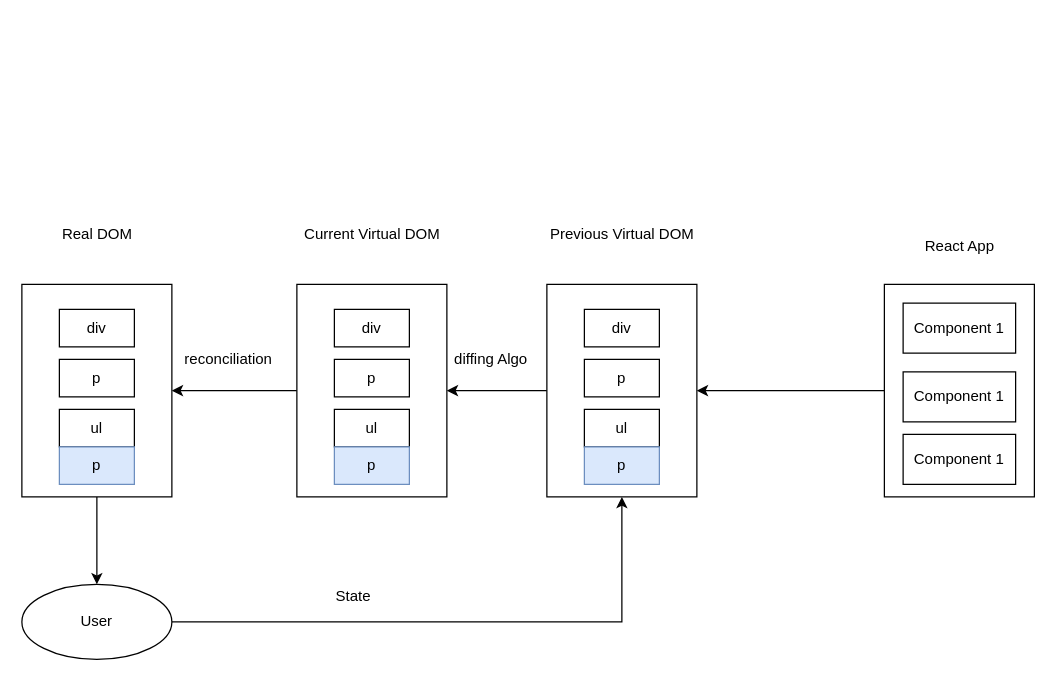
Before: page "Page-3" (3 of 10) of diagrams.drawio in synergy2411/brillio-react-apr22, a draw.io diagram. Source tidied: cells renumbered, new cells numbered last; positions are measured from the earlier drawing's top-left corner, leaving out a move shared by most shapes. Both pictures are drawn from the tidied source at 125%, with x=0, y=0 at pixel (21, 221).
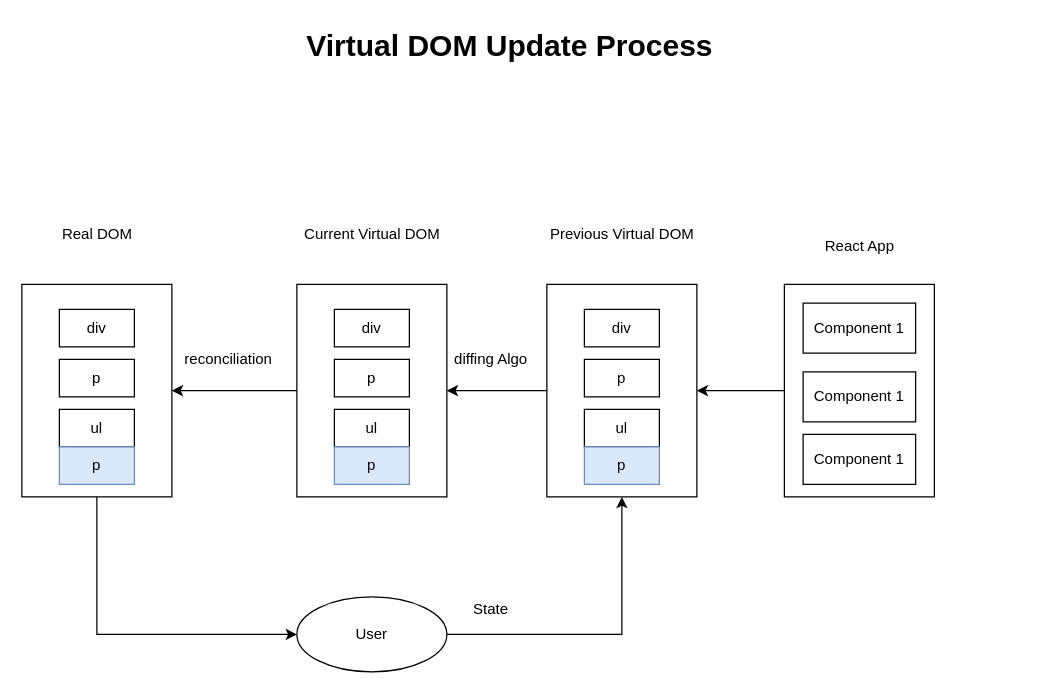
After the change.

The change refers to these unchanged cells:
```xml
<mxCell id="3" style="rounded=0;whiteSpace=wrap;html=1;" parent="1" vertex="1">
  <mxGeometry y="50" width="120" height="170" as="geometry" />
</mxCell>
```

The edit, as a diff of the source:
```diff
@@
     <mxCell id="2" style="edgeStyle=orthogonalEdgeStyle;rounded=0;jettySize=auto;html=1;" parent="1" edge="1" source="3" target="6">
-      <mxGeometry relative="1" as="geometry" />
+      <mxGeometry relative="1" as="geometry">
+        <Array as="points">
+          <mxPoint x="60" y="330" />
+        </Array>
+      </mxGeometry>
     </mxCell>
@@
     <mxCell id="6" value="User" style="ellipse;whiteSpace=wrap;html=1;rounded=0;" parent="1" vertex="1">
-      <mxGeometry y="290" width="120" height="60" as="geometry" />
+      <mxGeometry x="220" y="300" width="120" height="60" as="geometry" />
     </mxCell>
@@
     <mxCell id="22" value="State" style="text;html=1;align=center;verticalAlign=middle;strokeColor=none;fillColor=none;" parent="1" vertex="1">
-      <mxGeometry x="245" y="290" width="40" height="20" as="geometry" />
+      <mxGeometry x="355" y="300" width="40" height="20" as="geometry" />
     </mxCell>
@@
     <mxCell id="29" style="rounded=0;whiteSpace=wrap;html=1;" parent="1" vertex="1">
-      <mxGeometry x="690" y="50" width="120" height="170" as="geometry" />
+      <mxGeometry x="610" y="50" width="120" height="170" as="geometry" />
     </mxCell>
     <mxCell id="30" value="React App" style="text;html=1;align=center;verticalAlign=middle;strokeColor=none;fillColor=none;" parent="1" vertex="1">
-      <mxGeometry x="715" y="10" width="70" height="20" as="geometry" />
+      <mxGeometry x="635" y="10" width="70" height="20" as="geometry" />
     </mxCell>
     <mxCell id="31" value="Component 1" style="rounded=0;whiteSpace=wrap;html=1;" parent="1" vertex="1">
-      <mxGeometry x="705" y="65" width="90" height="40" as="geometry" />
+      <mxGeometry x="625" y="65" width="90" height="40" as="geometry" />
     </mxCell>
     <mxCell id="32" value="Component 1" style="rounded=0;whiteSpace=wrap;html=1;" parent="1" vertex="1">
-      <mxGeometry x="705" y="120" width="90" height="40" as="geometry" />
+      <mxGeometry x="625" y="120" width="90" height="40" as="geometry" />
     </mxCell>
     <mxCell id="33" value="Component 1" style="rounded=0;whiteSpace=wrap;html=1;" parent="1" vertex="1">
-      <mxGeometry x="705" y="170" width="90" height="40" as="geometry" />
+      <mxGeometry x="625" y="170" width="90" height="40" as="geometry" />
     </mxCell>
+    <mxCell id="34" value="Virtual DOM Update Process" style="text;strokeColor=none;fillColor=none;html=1;fontSize=24;fontStyle=1;verticalAlign=middle;align=center;" parent="1" vertex="1">
+      <mxGeometry x="340" y="-160" width="100" height="40" as="geometry" />
+    </mxCell>
```
